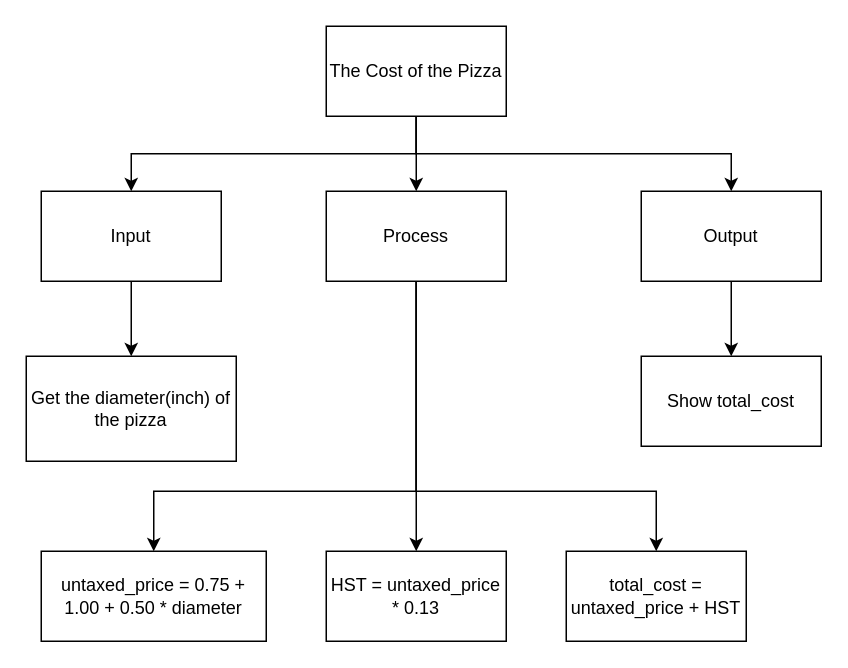
Earlier version of the draw.io diagram design.top-down.drawio (Yiyun-Qin/ICS3U-Template-Python). Source tidied: cells renumbered, new cells numbered last; positions are measured from the earlier drawing's top-left corner, leaving out a move shared by most shapes. Both pictures are drawn from the tidied source at 150%, with x=0, y=0 at pixel (26, 26).
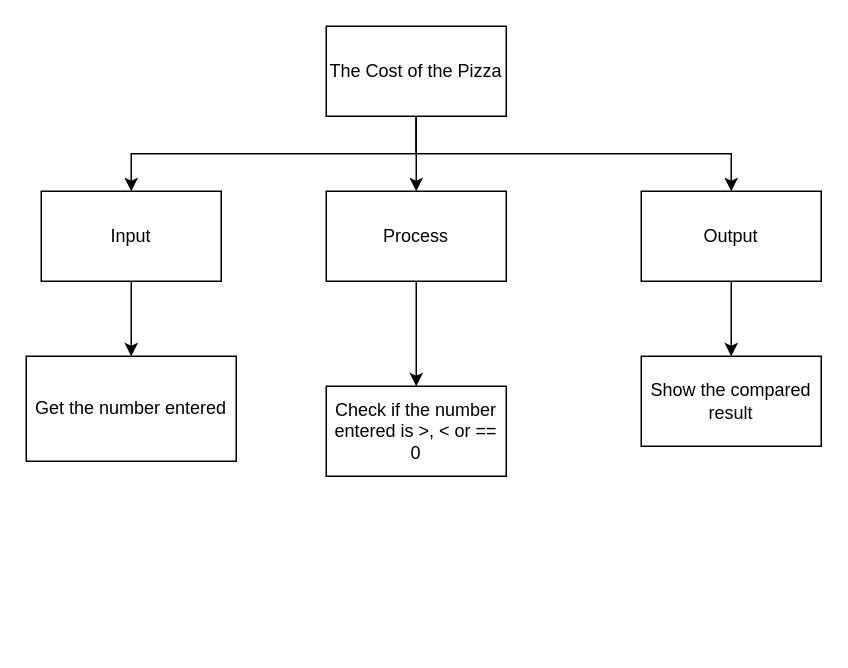
Above is the later version.

Unchanged cells that the change refers to:
```xml
<mxCell id="11" value="Process" style="rounded=0;whiteSpace=wrap;html=1;" parent="1" vertex="1">
  <mxGeometry x="200" y="110" width="120" height="60" as="geometry" />
</mxCell>
```

Diff of the diagram source:
```diff
@@
-    <mxCell id="9" style="edgeStyle=orthogonalEdgeStyle;rounded=0;html=1;exitX=0.5;exitY=1;exitDx=0;exitDy=0;entryX=0.5;entryY=0;entryDx=0;entryDy=0;" parent="1" edge="1" source="11" target="15">
-      <mxGeometry relative="1" as="geometry">
-        <Array as="points">
-          <mxPoint x="260" y="310" />
-          <mxPoint x="85" y="310" />
-        </Array>
-      </mxGeometry>
-    </mxCell>
-    <mxCell id="10" style="edgeStyle=orthogonalEdgeStyle;rounded=0;html=1;exitX=0.5;exitY=1;exitDx=0;exitDy=0;entryX=0.5;entryY=0;entryDx=0;entryDy=0;" parent="1" edge="1" source="11" target="17">
-      <mxGeometry relative="1" as="geometry">
-        <Array as="points">
-          <mxPoint x="260" y="310" />
-          <mxPoint x="420" y="310" />
-        </Array>
-      </mxGeometry>
-    </mxCell>
@@
-    <mxCell id="14" value="Get the diameter(inch) of the pizza" style="rounded=0;whiteSpace=wrap;html=1;" parent="1" vertex="1">
+    <mxCell id="14" value="Get the number entered" style="rounded=0;whiteSpace=wrap;html=1;" parent="1" vertex="1">
       <mxGeometry y="220" width="140" height="70" as="geometry" />
     </mxCell>
-    <mxCell id="15" value="untaxed_price = 0.75 + 1.00 + 0.50 * diameter" style="rounded=0;whiteSpace=wrap;html=1;" parent="1" vertex="1">
-      <mxGeometry x="10" y="350" width="150" height="60" as="geometry" />
-    </mxCell>
-    <mxCell id="16" value="HST = untaxed_price * 0.13" style="rounded=0;whiteSpace=wrap;html=1;" parent="1" vertex="1">
-      <mxGeometry x="200" y="350" width="120" height="60" as="geometry" />
+    <mxCell id="16" value="Check if the number entered is &amp;gt;, &amp;lt; or == 0" style="rounded=0;whiteSpace=wrap;html=1;" parent="1" vertex="1">
+      <mxGeometry x="200" y="240" width="120" height="60" as="geometry" />
     </mxCell>
-    <mxCell id="17" value="total_cost = untaxed_price + HST" style="rounded=0;whiteSpace=wrap;html=1;" parent="1" vertex="1">
-      <mxGeometry x="360" y="350" width="120" height="60" as="geometry" />
-    </mxCell>
-    <mxCell id="18" value="Show total_cost" style="rounded=0;whiteSpace=wrap;html=1;" parent="1" vertex="1">
+    <mxCell id="18" value="Show the compared result" style="rounded=0;whiteSpace=wrap;html=1;" parent="1" vertex="1">
       <mxGeometry x="410" y="220" width="120" height="60" as="geometry" />
     </mxCell>
```
